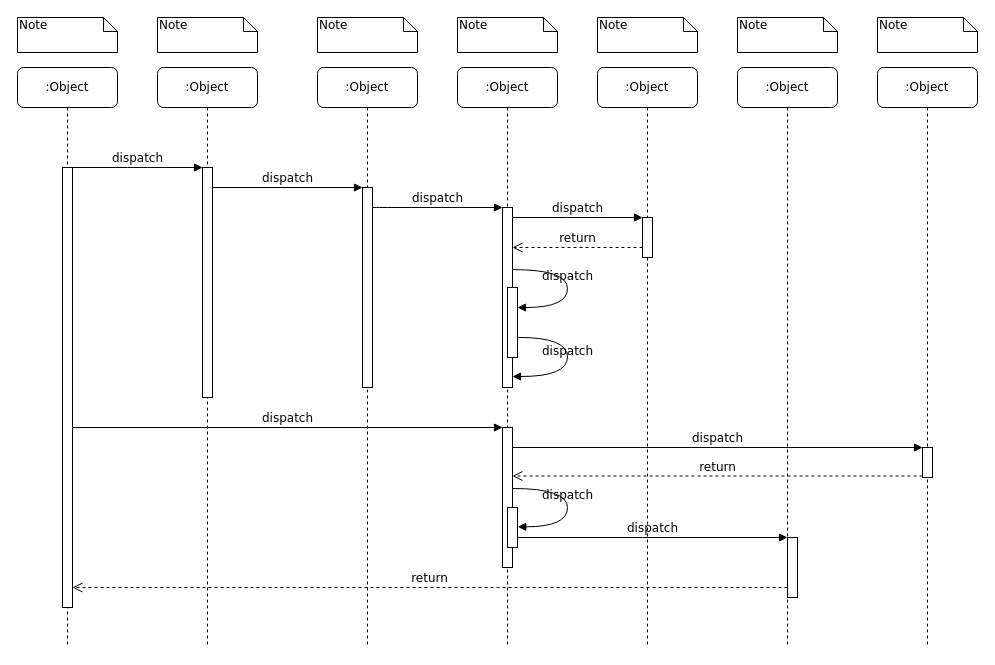
Above: arch/sns/loginYunXin.drawio in zhangchuhu/drawio (draw.io), before the change. Source tidied: cells renumbered, new cells numbered last; positions are measured from the earlier drawing's top-left corner, leaving out a move shared by most shapes. Both pictures are drawn from the tidied source at 100%, with x=0, y=0 at pixel (17, 17).
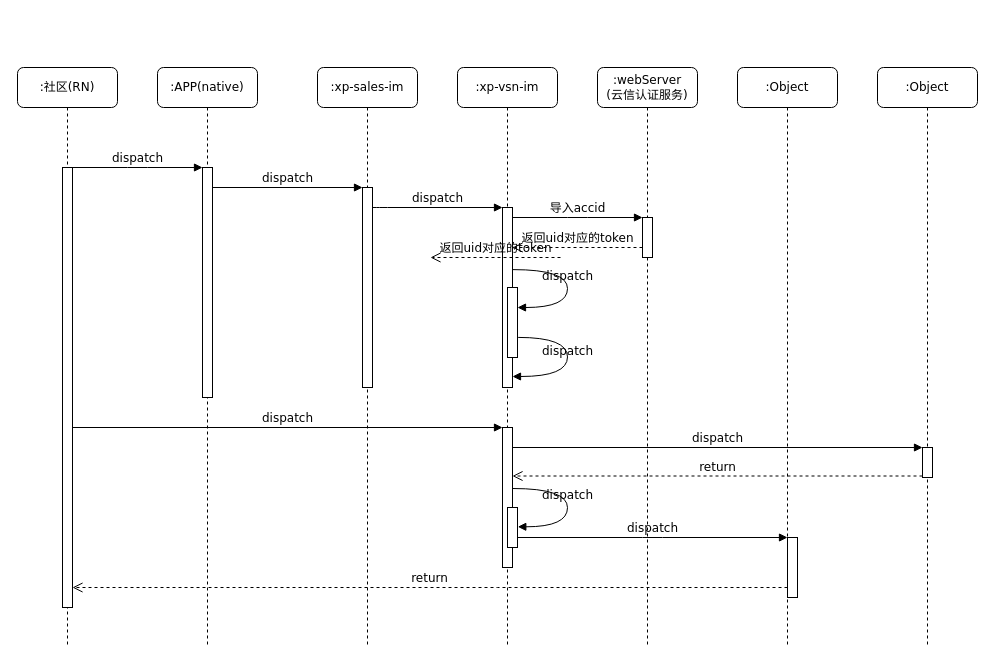
After the change.

Unchanged cells that the change refers to:
```xml
<mxCell id="12" style="html=1;points=[];perimeter=orthogonalPerimeter;rounded=0;shadow=0;comic=0;labelBackgroundColor=none;strokeWidth=1;fontFamily=Verdana;fontSize=12;align=center;" parent="1" vertex="1">
  <mxGeometry x="485" y="190" width="10" height="180" as="geometry" />
</mxCell>
<mxCell id="14" style="html=1;points=[];perimeter=orthogonalPerimeter;rounded=0;shadow=0;comic=0;labelBackgroundColor=none;strokeWidth=1;fontFamily=Verdana;fontSize=12;align=center;" parent="1" vertex="1">
  <mxGeometry x="625" y="200" width="10" height="40" as="geometry" />
</mxCell>
```

Change to the diagram source:
```diff
@@
-    <mxCell id="2" value=":Object" style="shape=umlLifeline;perimeter=lifelinePerimeter;whiteSpace=wrap;html=1;rounded=1;shadow=0;comic=0;labelBackgroundColor=none;strokeWidth=1;fontFamily=Verdana;fontSize=12;align=center;" parent="1" vertex="1">
+    <mxCell id="2" value=":APP(native)" style="shape=umlLifeline;perimeter=lifelinePerimeter;whiteSpace=wrap;html=1;rounded=1;shadow=0;comic=0;labelBackgroundColor=none;strokeWidth=1;fontFamily=Verdana;fontSize=12;align=center;" parent="1" vertex="1">
       <mxGeometry x="140" y="50" width="100" height="580" as="geometry" />
     </mxCell>
@@
-    <mxCell id="4" value=":Object" style="shape=umlLifeline;perimeter=lifelinePerimeter;whiteSpace=wrap;html=1;rounded=1;shadow=0;comic=0;labelBackgroundColor=none;strokeWidth=1;fontFamily=Verdana;fontSize=12;align=center;" parent="1" vertex="1">
+    <mxCell id="4" value=":xp-sales-im" style="shape=umlLifeline;perimeter=lifelinePerimeter;whiteSpace=wrap;html=1;rounded=1;shadow=0;comic=0;labelBackgroundColor=none;strokeWidth=1;fontFamily=Verdana;fontSize=12;align=center;" parent="1" vertex="1">
       <mxGeometry x="300" y="50" width="100" height="580" as="geometry" />
     </mxCell>
@@
-    <mxCell id="6" value=":Object" style="shape=umlLifeline;perimeter=lifelinePerimeter;whiteSpace=wrap;html=1;rounded=1;shadow=0;comic=0;labelBackgroundColor=none;strokeWidth=1;fontFamily=Verdana;fontSize=12;align=center;" parent="1" vertex="1">
+    <mxCell id="6" value=":xp-vsn-im" style="shape=umlLifeline;perimeter=lifelinePerimeter;whiteSpace=wrap;html=1;rounded=1;shadow=0;comic=0;labelBackgroundColor=none;strokeWidth=1;fontFamily=Verdana;fontSize=12;align=center;" parent="1" vertex="1">
       <mxGeometry x="440" y="50" width="100" height="580" as="geometry" />
     </mxCell>
-    <mxCell id="7" value=":Object" style="shape=umlLifeline;perimeter=lifelinePerimeter;whiteSpace=wrap;html=1;rounded=1;shadow=0;comic=0;labelBackgroundColor=none;strokeWidth=1;fontFamily=Verdana;fontSize=12;align=center;" parent="1" vertex="1">
+    <mxCell id="7" value=":webServer&lt;br&gt;(云信认证服务)" style="shape=umlLifeline;perimeter=lifelinePerimeter;whiteSpace=wrap;html=1;rounded=1;shadow=0;comic=0;labelBackgroundColor=none;strokeWidth=1;fontFamily=Verdana;fontSize=12;align=center;" parent="1" vertex="1">
       <mxGeometry x="580" y="50" width="100" height="580" as="geometry" />
     </mxCell>
@@
-    <mxCell id="10" value=":Object" style="shape=umlLifeline;perimeter=lifelinePerimeter;whiteSpace=wrap;html=1;rounded=1;shadow=0;comic=0;labelBackgroundColor=none;strokeWidth=1;fontFamily=Verdana;fontSize=12;align=center;" parent="1" vertex="1">
+    <mxCell id="10" value=":社区(RN)" style="shape=umlLifeline;perimeter=lifelinePerimeter;whiteSpace=wrap;html=1;rounded=1;shadow=0;comic=0;labelBackgroundColor=none;strokeWidth=1;fontFamily=Verdana;fontSize=12;align=center;" parent="1" vertex="1">
       <mxGeometry y="50" width="100" height="580" as="geometry" />
     </mxCell>
@@
-    <mxCell id="15" value="dispatch" style="html=1;verticalAlign=bottom;endArrow=block;entryX=0;entryY=0;labelBackgroundColor=none;fontFamily=Verdana;fontSize=12;edgeStyle=elbowEdgeStyle;elbow=vertical;" parent="1" edge="1" source="12" target="14">
+    <mxCell id="15" value="导入accid" style="html=1;verticalAlign=bottom;endArrow=block;entryX=0;entryY=0;labelBackgroundColor=none;fontFamily=Verdana;fontSize=12;edgeStyle=elbowEdgeStyle;elbow=vertical;" parent="1" edge="1" source="12" target="14">
       <mxGeometry relative="1" as="geometry" />
     </mxCell>
-    <mxCell id="16" value="return" style="html=1;verticalAlign=bottom;endArrow=open;dashed=1;endSize=8;labelBackgroundColor=none;fontFamily=Verdana;fontSize=12;edgeStyle=elbowEdgeStyle;elbow=vertical;" parent="1" edge="1" source="14" target="12">
+    <mxCell id="16" value="返回uid对应的token" style="html=1;verticalAlign=bottom;endArrow=open;dashed=1;endSize=8;labelBackgroundColor=none;fontFamily=Verdana;fontSize=12;edgeStyle=elbowEdgeStyle;elbow=vertical;" parent="1" edge="1" source="14" target="12">
       <mxGeometry relative="1" as="geometry">
         <Array as="points">
           <mxPoint x="570" y="230" />
           <mxPoint x="600" y="230" />
         </Array>
       </mxGeometry>
     </mxCell>
@@
-    <mxCell id="32" value="Note" style="shape=note;whiteSpace=wrap;html=1;size=14;verticalAlign=top;align=left;spacingTop=-6;rounded=0;shadow=0;comic=0;labelBackgroundColor=none;strokeWidth=1;fontFamily=Verdana;fontSize=12;" parent="1" vertex="1">
-      <mxGeometry width="100" height="35" as="geometry" />
-    </mxCell>
-    <mxCell id="33" value="Note" style="shape=note;whiteSpace=wrap;html=1;size=14;verticalAlign=top;align=left;spacingTop=-6;rounded=0;shadow=0;comic=0;labelBackgroundColor=none;strokeWidth=1;fontFamily=Verdana;fontSize=12;" parent="1" vertex="1">
-      <mxGeometry x="140" width="100" height="35" as="geometry" />
-    </mxCell>
-    <mxCell id="34" value="Note" style="shape=note;whiteSpace=wrap;html=1;size=14;verticalAlign=top;align=left;spacingTop=-6;rounded=0;shadow=0;comic=0;labelBackgroundColor=none;strokeWidth=1;fontFamily=Verdana;fontSize=12;" parent="1" vertex="1">
-      <mxGeometry x="300" width="100" height="35" as="geometry" />
-    </mxCell>
-    <mxCell id="35" value="Note" style="shape=note;whiteSpace=wrap;html=1;size=14;verticalAlign=top;align=left;spacingTop=-6;rounded=0;shadow=0;comic=0;labelBackgroundColor=none;strokeWidth=1;fontFamily=Verdana;fontSize=12;" parent="1" vertex="1">
-      <mxGeometry x="440" width="100" height="35" as="geometry" />
-    </mxCell>
-    <mxCell id="36" value="Note" style="shape=note;whiteSpace=wrap;html=1;size=14;verticalAlign=top;align=left;spacingTop=-6;rounded=0;shadow=0;comic=0;labelBackgroundColor=none;strokeWidth=1;fontFamily=Verdana;fontSize=12;" parent="1" vertex="1">
-      <mxGeometry x="580" width="100" height="35" as="geometry" />
-    </mxCell>
-    <mxCell id="37" value="Note" style="shape=note;whiteSpace=wrap;html=1;size=14;verticalAlign=top;align=left;spacingTop=-6;rounded=0;shadow=0;comic=0;labelBackgroundColor=none;strokeWidth=1;fontFamily=Verdana;fontSize=12;" parent="1" vertex="1">
-      <mxGeometry x="720" width="100" height="35" as="geometry" />
-    </mxCell>
-    <mxCell id="38" value="Note" style="shape=note;whiteSpace=wrap;html=1;size=14;verticalAlign=top;align=left;spacingTop=-6;rounded=0;shadow=0;comic=0;labelBackgroundColor=none;strokeWidth=1;fontFamily=Verdana;fontSize=12;" parent="1" vertex="1">
-      <mxGeometry x="860" width="100" height="35" as="geometry" />
-    </mxCell>
+    <mxCell id="39" value="返回uid对应的token" style="html=1;verticalAlign=bottom;endArrow=open;dashed=1;endSize=8;labelBackgroundColor=none;fontFamily=Verdana;fontSize=12;edgeStyle=elbowEdgeStyle;elbow=vertical;" parent="1" edge="1">
+      <mxGeometry relative="1" as="geometry">
+        <mxPoint x="543" y="240" as="sourcePoint" />
+        <mxPoint x="413" y="240" as="targetPoint" />
+        <Array as="points">
+          <mxPoint x="488" y="240" />
+          <mxPoint x="518" y="240" />
+        </Array>
+      </mxGeometry>
+    </mxCell>
```
